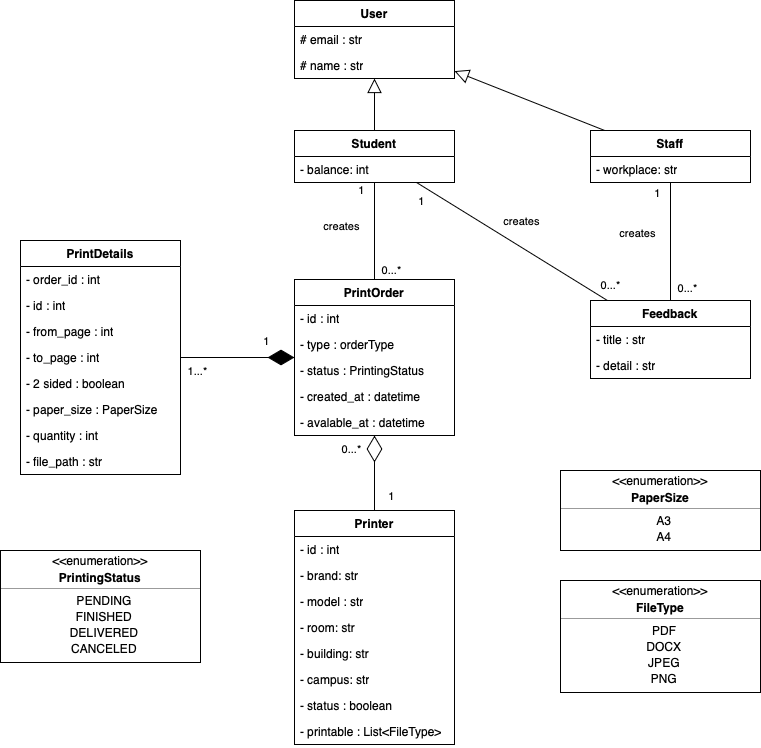
This is domain-model.drawio.png from blueonline07/test-somth, a draw.io export, as it was before one commit. Source tidied: cells renumbered, new cells last; positions are measured from the earlier drawing's top-left corner, leaving out a move shared by most shapes.
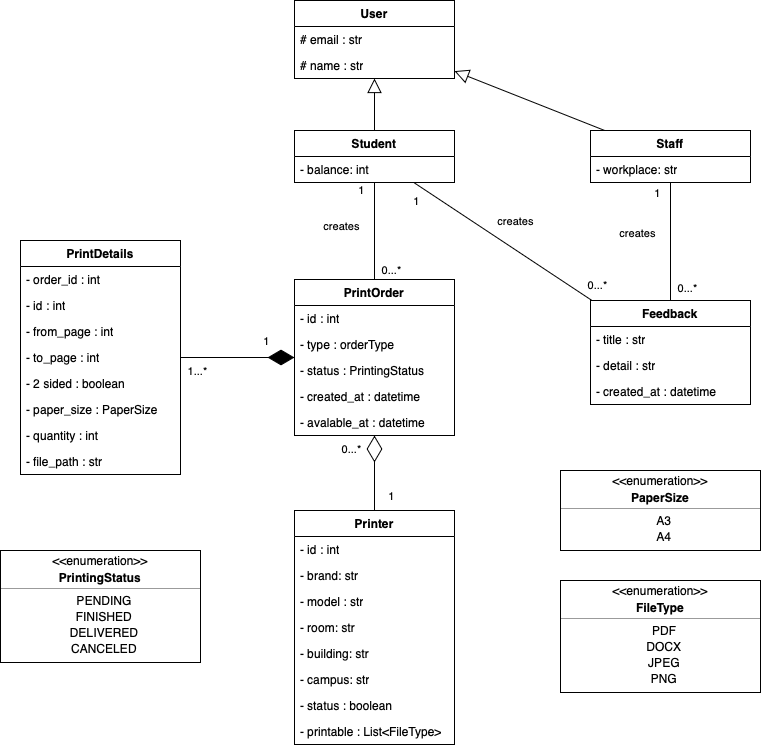
Above is the later version.

Diff of the diagram source:
```diff
@@ -96,7 +96,7 @@
       <mxGeometry y="208" width="160" height="26" as="geometry" />
     </mxCell>
     <mxCell id="33" value="Feedback" style="swimlane;fontStyle=1;align=center;verticalAlign=top;horizontal=1;startSize=26;whiteSpace=wrap;html=1;" parent="1" vertex="1">
-      <mxGeometry x="590" y="300" width="160" height="78" as="geometry" />
+      <mxGeometry x="590" y="300" width="160" height="104" as="geometry" />
     </mxCell>
     <mxCell id="34" value="- title : str" style="text;strokeColor=none;fillColor=none;align=left;verticalAlign=top;spacingLeft=4;spacingRight=4;overflow=hidden;whiteSpace=wrap;html=1;" parent="33" vertex="1">
       <mxGeometry y="26" width="160" height="26" as="geometry" />
@@ -104,6 +104,9 @@
     <mxCell id="35" value="- detail : str" style="text;strokeColor=none;fillColor=none;align=left;verticalAlign=top;spacingLeft=4;spacingRight=4;overflow=hidden;whiteSpace=wrap;html=1;" parent="33" vertex="1">
       <mxGeometry y="52" width="160" height="26" as="geometry" />
     </mxCell>
+    <mxCell id="81" value="- created_at : datetime&lt;span style=&quot;caret-color: rgba(0, 0, 0, 0); color: rgba(0, 0, 0, 0); font-family: monospace; font-size: 0px; white-space: nowrap;&quot;&gt;%3CmxGraphModel%3E%3Croot%3E%3CmxCell%20id%3D%220%22%2F%3E%3CmxCell%20id%3D%221%22%20parent%3D%220%22%2F%3E%3CmxCell%20id%3D%222%22%20value%3D%22-%20id%20%3A%20int%22%20style%3D%22text%3BstrokeColor%3Dnone%3BfillColor%3Dnone%3Balign%3Dleft%3BverticalAlign%3Dtop%3BspacingLeft%3D4%3BspacingRight%3D4%3Boverflow%3Dhidden%3Brotatable%3D0%3Bpoints%3D%5B%5B0%2C0.5%5D%2C%5B1%2C0.5%5D%5D%3BportConstraint%3Deastwest%3BwhiteSpace%3Dwrap%3Bhtml%3D1%3B%22%20vertex%3D%221%22%20parent%3D%221%22%3E%3CmxGeometry%20x%3D%22340%22%20y%3D%22256%22%20width%3D%22160%22%20height%3D%2226%22%20as%3D%22geometry%22%2F%3E%3C%2FmxCell%3E%3C%2Froot%3E%3C%2FmxGraphModel%3E&lt;/span&gt;" style="text;strokeColor=none;fillColor=none;align=left;verticalAlign=top;spacingLeft=4;spacingRight=4;overflow=hidden;whiteSpace=wrap;html=1;" parent="33" vertex="1">
+      <mxGeometry y="78" width="160" height="26" as="geometry" />
+    </mxCell>
     <mxCell id="36" style="endArrow=diamondThin;endFill=1;endSize=24;html=1;rounded=0;" parent="1" edge="1" source="24" target="9">
       <mxGeometry relative="1" as="geometry" />
     </mxCell>
```
